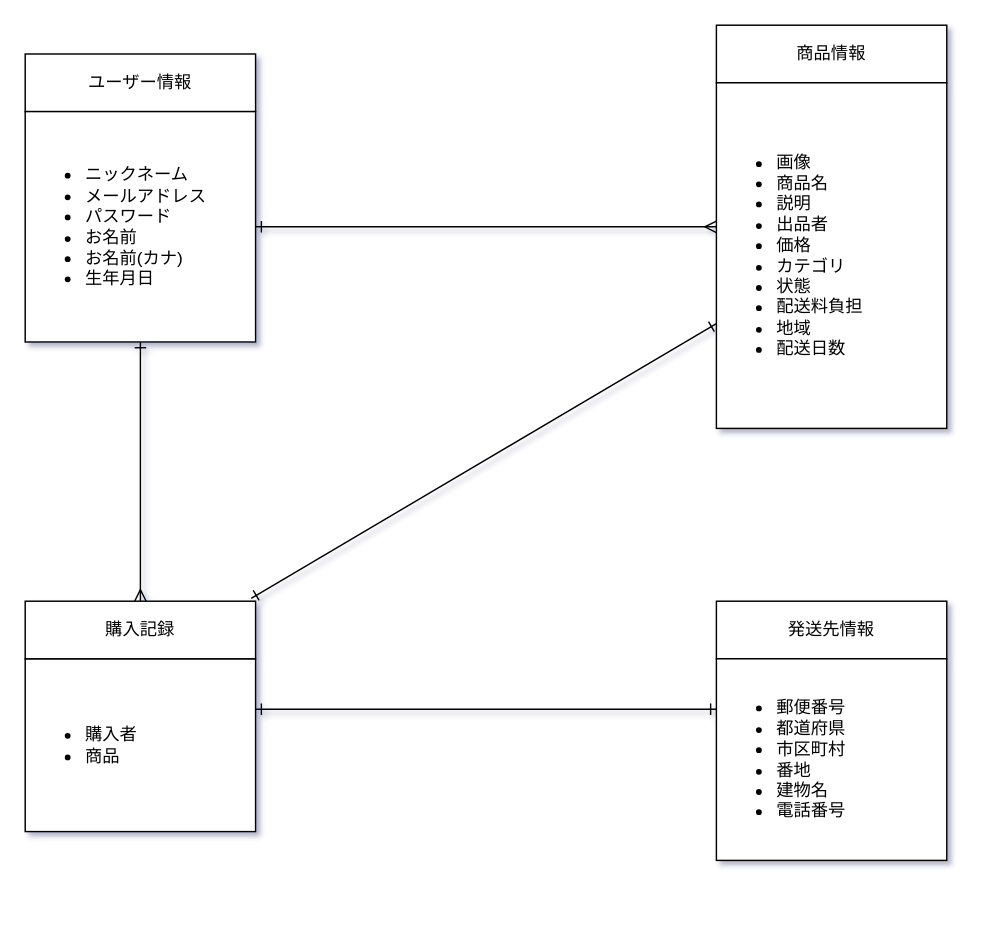
This is er.dio from Ryusei0216/furima-38581, a draw.io file, before an edit. Source tidied: cells renumbered, new cells numbered last; positions are measured from the earlier drawing's top-left corner, leaving out a move shared by most shapes. Both pictures are drawn from the tidied source at 144%, with x=0, y=0 at pixel (24, 24).
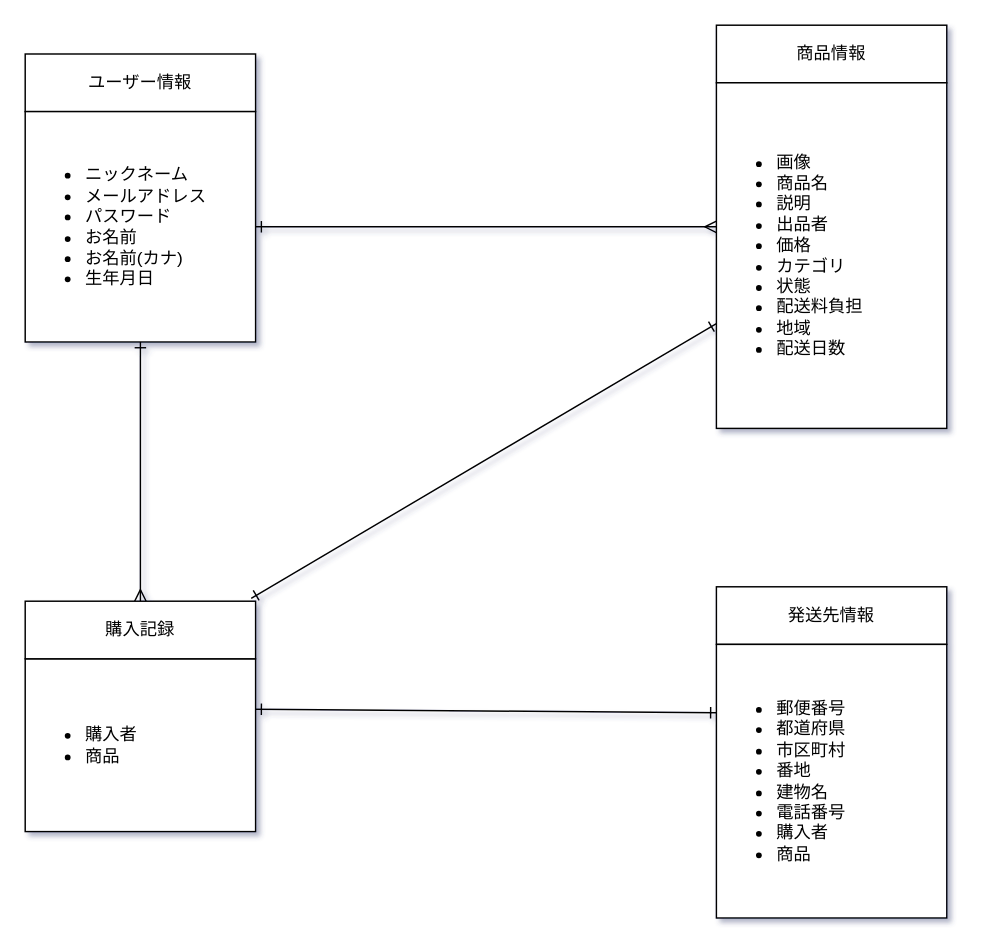
After the change.

Commit message (it also covers changes not shown here):
データベース設計の修正 V2

The edit, as a diff of the source:
```diff
@@
 <mxGraphModel shadow="1">
   <root>
     <mxCell id="0" />
     <mxCell id="1" parent="0" />
     <mxCell id="2" value="ユーザー情報" style="rounded=0;whiteSpace=wrap;html=1;" parent="1" vertex="1">
       <mxGeometry y="20" width="160" height="40" as="geometry" />
     </mxCell>
     <mxCell id="3" value="商品情報" style="rounded=0;whiteSpace=wrap;html=1;" parent="1" vertex="1">
       <mxGeometry x="480" width="160" height="40" as="geometry" />
     </mxCell>
     <mxCell id="4" value="&lt;ul&gt;&lt;li&gt;ニックネーム&lt;/li&gt;&lt;li&gt;メールアドレス&lt;/li&gt;&lt;li&gt;パスワード&lt;/li&gt;&lt;li&gt;お名前&lt;/li&gt;&lt;li&gt;お名前(カナ)&lt;/li&gt;&lt;li&gt;生年月日&lt;/li&gt;&lt;/ul&gt;" style="rounded=0;whiteSpace=wrap;html=1;align=left;" parent="1" vertex="1">
       <mxGeometry y="60" width="160" height="160" as="geometry" />
     </mxCell>
     <mxCell id="5" value="&lt;div style=&quot;&quot;&gt;&lt;ul&gt;&lt;li style=&quot;&quot;&gt;画像&lt;/li&gt;&lt;li style=&quot;&quot;&gt;商品名&lt;/li&gt;&lt;li style=&quot;&quot;&gt;説明&lt;/li&gt;&lt;li style=&quot;&quot;&gt;出品者&lt;/li&gt;&lt;li style=&quot;&quot;&gt;価格&lt;/li&gt;&lt;li style=&quot;&quot;&gt;カテゴリ&lt;/li&gt;&lt;li style=&quot;&quot;&gt;状態&lt;/li&gt;&lt;li&gt;配送料負担&lt;/li&gt;&lt;li style=&quot;&quot;&gt;地域&lt;/li&gt;&lt;li style=&quot;&quot;&gt;配送日数&lt;/li&gt;&lt;/ul&gt;&lt;/div&gt;" style="rounded=0;whiteSpace=wrap;html=1;align=left;" parent="1" vertex="1">
       <mxGeometry x="480" y="40" width="160" height="240" as="geometry" />
     </mxCell>
     <mxCell id="6" style="edgeStyle=none;html=1;" parent="1" edge="1" source="7" target="8">
       <mxGeometry relative="1" as="geometry" />
     </mxCell>
     <mxCell id="7" value="発送先情報" style="rounded=0;whiteSpace=wrap;html=1;" parent="1" vertex="1">
-      <mxGeometry x="480" y="400" width="160" height="40" as="geometry" />
+      <mxGeometry x="480" y="390" width="160" height="40" as="geometry" />
     </mxCell>
-    <mxCell id="8" value="&lt;ul&gt;&lt;li&gt;郵便番号&lt;/li&gt;&lt;li&gt;都道府県&lt;/li&gt;&lt;li&gt;市区町村&lt;/li&gt;&lt;li&gt;番地&lt;/li&gt;&lt;li&gt;建物名&lt;/li&gt;&lt;li&gt;電話番号&lt;/li&gt;&lt;/ul&gt;" style="rounded=0;whiteSpace=wrap;html=1;align=left;" parent="1" vertex="1">
-      <mxGeometry x="480" y="440" width="160" height="140" as="geometry" />
+    <mxCell id="8" value="&lt;ul&gt;&lt;li&gt;郵便番号&lt;/li&gt;&lt;li&gt;都道府県&lt;/li&gt;&lt;li&gt;市区町村&lt;/li&gt;&lt;li&gt;番地&lt;/li&gt;&lt;li&gt;建物名&lt;/li&gt;&lt;li&gt;電話番号&lt;/li&gt;&lt;li&gt;購入者&lt;/li&gt;&lt;li&gt;商品&lt;/li&gt;&lt;/ul&gt;" style="rounded=0;whiteSpace=wrap;html=1;align=left;" parent="1" vertex="1">
+      <mxGeometry x="480" y="430" width="160" height="190" as="geometry" />
     </mxCell>
     <mxCell id="9" style="endArrow=ERmany;html=1;exitX=1;exitY=0.5;exitDx=0;exitDy=0;endFill=0;startSize=6;startArrow=ERone;startFill=0;" parent="1" edge="1" source="4">
       <mxGeometry relative="1" as="geometry">
         <mxPoint x="480" y="140" as="targetPoint" />
       </mxGeometry>
     </mxCell>
     <mxCell id="10" value="&lt;ul&gt;&lt;li&gt;購入者&lt;/li&gt;&lt;li&gt;商品&lt;/li&gt;&lt;/ul&gt;" style="rounded=0;whiteSpace=wrap;html=1;align=left;" parent="1" vertex="1">
       <mxGeometry y="440" width="160" height="120" as="geometry" />
     </mxCell>
     <mxCell id="11" value="購入記録" style="rounded=0;whiteSpace=wrap;html=1;" parent="1" vertex="1">
       <mxGeometry y="400" width="160" height="40" as="geometry" />
     </mxCell>
     <mxCell id="12" style="endArrow=ERmany;html=1;exitX=0.5;exitY=1;exitDx=0;exitDy=0;endFill=0;startSize=6;startArrow=ERone;startFill=0;entryX=0.5;entryY=0;entryDx=0;entryDy=0;" parent="1" edge="1" source="4" target="11">
       <mxGeometry relative="1" as="geometry" />
     </mxCell>
     <mxCell id="13" style="endArrow=ERone;html=1;exitX=0;exitY=0.25;exitDx=0;exitDy=0;endFill=0;startSize=6;startArrow=ERone;startFill=0;" parent="1" edge="1" source="8">
       <mxGeometry relative="1" as="geometry">
         <mxPoint x="160" y="475" as="targetPoint" />
       </mxGeometry>
     </mxCell>
     <mxCell id="14" style="endArrow=ERone;html=1;exitX=0.981;exitY=-0.05;exitDx=0;exitDy=0;endFill=0;startSize=6;startArrow=ERone;startFill=0;exitPerimeter=0;strokeWidth=1;targetPerimeterSpacing=0;jumpSize=10;" parent="1" edge="1" source="11" target="5">
       <mxGeometry relative="1" as="geometry" />
     </mxCell>
   </root>
 </mxGraphModel>
```
